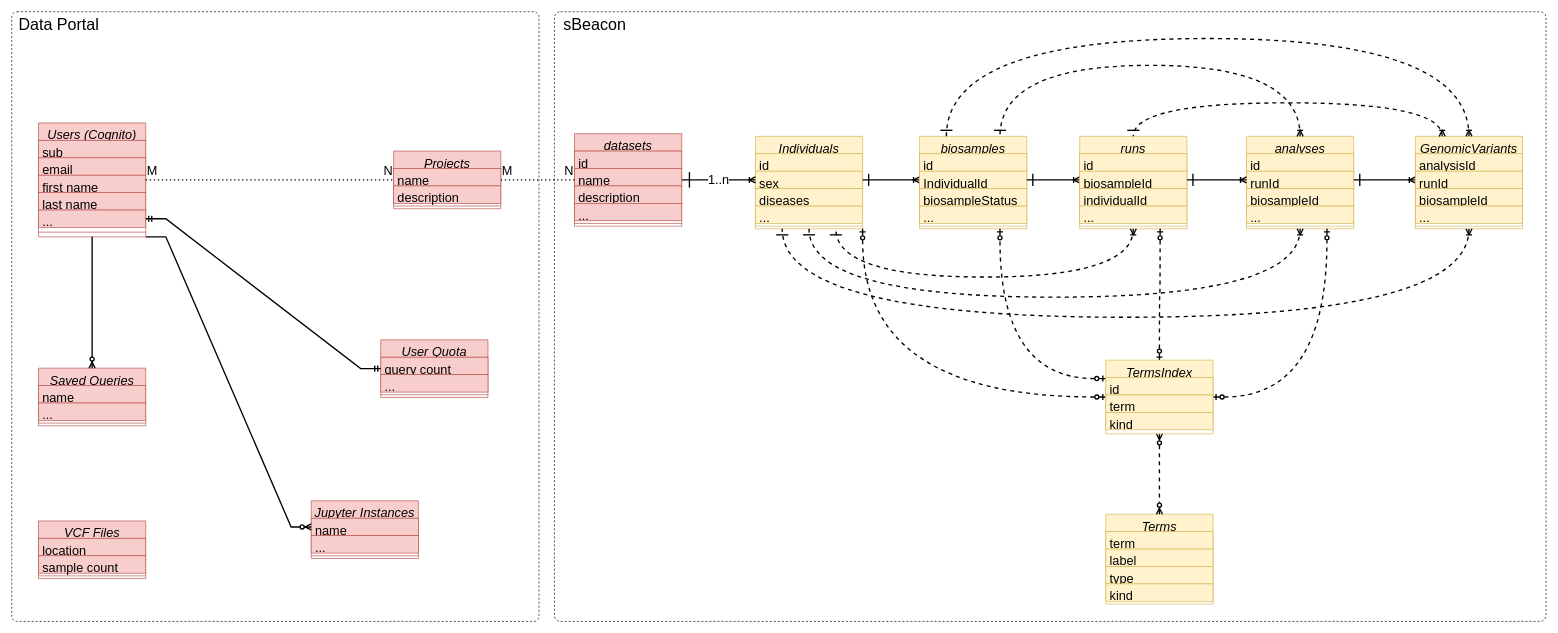
GSI-Xapiens-CSIRO/BGSI-GeneticAnalysisSupportPlatformIndonesia-GASPI keeps this draw.io diagram as page "Dataportal ERD" (2 of 5) of sbeacon/docs/architecture.drawio. Above is the earlier version. Source tidied: cells renumbered, new cells numbered last; positions are measured from the earlier drawing's top-left corner, leaving out a move shared by most shapes. Both pictures are drawn from the tidied source at 67%, with x=0, y=0 at pixel (11, 11).
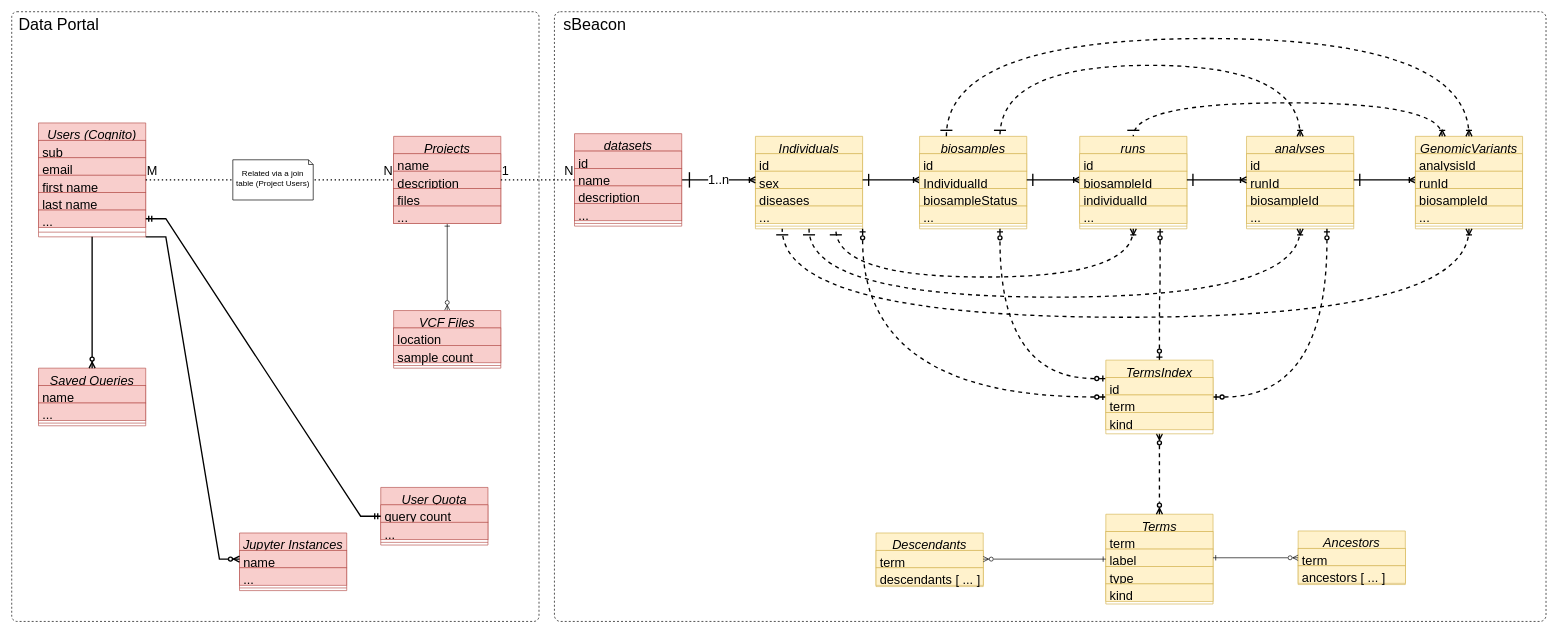
After the change.

Unchanged cells that the change refers to:
```xml
<mxCell id="51" value="Terms" style="swimlane;fontStyle=2;align=center;verticalAlign=top;horizontal=1;startSize=26;rounded=0;shadow=0;strokeWidth=1;fontSize=19;fillColor=#fff2cc;strokeColor=#d6b656;" parent="1" vertex="1">
  <mxGeometry x="1633" y="750" width="160" height="134" as="geometry" />
</mxCell>
<mxCell id="53" value="label" style="text;align=left;verticalAlign=top;spacingLeft=4;spacingRight=4;overflow=hidden;points=[[0,0.5],[1,0.5]];portConstraint=eastwest;rounded=0;shadow=0;html=0;fontSize=19;fillColor=#fff2cc;strokeColor=#d6b656;" parent="51" vertex="1">
  <mxGeometry y="52" width="160" height="26" as="geometry" />
</mxCell>
<mxCell id="81" style="endArrow=none;html=1;rounded=0;dashed=1;dashPattern=1 2;exitX=1;exitY=0.5;exitDx=0;exitDy=0;entryX=0;entryY=0.5;entryDx=0;entryDy=0;fontSize=19;strokeWidth=2;" parent="1" edge="1" source="65" target="38">
  <mxGeometry relative="1" as="geometry" />
</mxCell>
```

What changed in the source:
```diff
@@
+    <mxCell id="107" style="edgeStyle=orthogonalEdgeStyle;rounded=0;jettySize=auto;html=1;entryX=0.5;entryY=0;entryDx=0;entryDy=0;startArrow=ERone;startFill=0;endArrow=ERzeroToMany;endFill=0;" parent="1" edge="1" source="65" target="98">
+      <mxGeometry relative="1" as="geometry" />
+    </mxCell>
     <mxCell id="65" value="Projects" style="swimlane;fontStyle=2;align=center;verticalAlign=top;horizontal=1;startSize=26;rounded=0;shadow=0;strokeWidth=1;fontSize=19;fillColor=#f8cecc;strokeColor=#b85450;" parent="1" vertex="1">
-      <mxGeometry x="570" y="208" width="160" height="86" as="geometry" />
+      <mxGeometry x="570" y="186" width="160" height="130" as="geometry" />
     </mxCell>
@@
     <mxCell id="68" style="line;html=1;strokeWidth=1;align=left;verticalAlign=middle;spacingTop=-1;spacingLeft=3;spacingRight=3;labelPosition=right;fontSize=19;fillColor=#f8cecc;strokeColor=#b85450;" parent="65" vertex="1">
-      <mxGeometry y="78" width="160" height="8" as="geometry" />
+      <mxGeometry y="78" width="160" height="52" as="geometry" />
     </mxCell>
@@
-    <mxCell id="82" value="&lt;font&gt;M&lt;/font&gt;" style="html=1;whiteSpace=wrap;align=left;verticalAlign=bottom;fontSize=19;" parent="81" vertex="1">
+    <mxCell id="82" value="&lt;font&gt;1&lt;/font&gt;" style="html=1;whiteSpace=wrap;align=left;verticalAlign=bottom;fontSize=19;" parent="81" vertex="1">
       <mxGeometry x="-1" relative="1" as="geometry" />
     </mxCell>
@@
     <mxCell id="91" value="Jupyter Instances" style="swimlane;fontStyle=2;align=center;verticalAlign=top;horizontal=1;startSize=26;rounded=0;shadow=0;strokeWidth=1;fontSize=19;fillColor=#f8cecc;strokeColor=#b85450;" parent="1" vertex="1">
-      <mxGeometry x="447" y="730" width="160" height="86" as="geometry" />
+      <mxGeometry x="340" y="778" width="160" height="86" as="geometry" />
     </mxCell>
@@
     <mxCell id="98" value="VCF Files" style="swimlane;fontStyle=2;align=center;verticalAlign=top;horizontal=1;startSize=26;rounded=0;shadow=0;strokeWidth=1;fontSize=19;fillColor=#f8cecc;strokeColor=#b85450;" parent="1" vertex="1">
-      <mxGeometry x="40" y="760" width="160" height="86" as="geometry" />
+      <mxGeometry x="570" y="446" width="160" height="86" as="geometry" />
     </mxCell>
@@
     <mxCell id="102" value="User Quota" style="swimlane;fontStyle=2;align=center;verticalAlign=top;horizontal=1;startSize=26;rounded=0;shadow=0;strokeWidth=1;fontSize=19;fillColor=#f8cecc;strokeColor=#b85450;" parent="1" vertex="1">
-      <mxGeometry x="550.8" y="489.7" width="160" height="86" as="geometry" />
+      <mxGeometry x="550.8" y="710" width="160" height="86" as="geometry" />
     </mxCell>
@@
+    <mxCell id="108" value="Ancestors" style="swimlane;fontStyle=2;align=center;verticalAlign=top;horizontal=1;startSize=26;rounded=0;shadow=0;strokeWidth=1;fontSize=19;fillColor=#fff2cc;strokeColor=#d6b656;" parent="1" vertex="1">
+      <mxGeometry x="1920" y="775" width="160" height="80" as="geometry" />
+    </mxCell>
+    <mxCell id="109" value="term " style="text;align=left;verticalAlign=top;spacingLeft=4;spacingRight=4;overflow=hidden;fontSize=19;fillColor=#fff2cc;strokeColor=#d6b656;" parent="108" vertex="1">
+      <mxGeometry y="26" width="160" height="26" as="geometry" />
+    </mxCell>
+    <mxCell id="110" value="ancestors [ ... ]" style="text;align=left;verticalAlign=top;spacingLeft=4;spacingRight=4;overflow=hidden;rounded=0;shadow=0;html=0;fontSize=19;fillColor=#fff2cc;strokeColor=#d6b656;" parent="108" vertex="1">
+      <mxGeometry y="52" width="160" height="26" as="geometry" />
+    </mxCell>
+    <mxCell id="111" value="Descendants" style="swimlane;fontStyle=2;align=center;verticalAlign=top;horizontal=1;startSize=26;rounded=0;shadow=0;strokeWidth=1;fontSize=19;fillColor=#fff2cc;strokeColor=#d6b656;" parent="1" vertex="1">
+      <mxGeometry x="1290" y="778" width="160" height="80" as="geometry" />
+    </mxCell>
+    <mxCell id="112" value="term " style="text;align=left;verticalAlign=top;spacingLeft=4;spacingRight=4;overflow=hidden;points=[[0,0.5],[1,0.5]];portConstraint=eastwest;fontSize=19;fillColor=#fff2cc;strokeColor=#d6b656;" parent="111" vertex="1">
+      <mxGeometry y="26" width="160" height="26" as="geometry" />
+    </mxCell>
+    <mxCell id="113" value="descendants [ ... ]" style="text;align=left;verticalAlign=top;spacingLeft=4;spacingRight=4;overflow=hidden;rounded=0;shadow=0;html=0;fontSize=19;fillColor=#fff2cc;strokeColor=#d6b656;" parent="111" vertex="1">
+      <mxGeometry y="52" width="160" height="26" as="geometry" />
+    </mxCell>
+    <mxCell id="114" style="edgeStyle=orthogonalEdgeStyle;rounded=0;jettySize=auto;html=1;entryX=0;entryY=0.5;entryDx=0;entryDy=0;endArrow=ERone;endFill=0;startArrow=ERzeroToMany;startFill=0;" parent="1" edge="1" source="112" target="51">
+      <mxGeometry relative="1" as="geometry" />
+    </mxCell>
+    <mxCell id="115" style="edgeStyle=orthogonalEdgeStyle;rounded=0;jettySize=auto;html=1;entryX=0;entryY=0.5;entryDx=0;entryDy=0;endArrow=ERzeroToMany;endFill=0;startArrow=ERone;startFill=0;" parent="1" edge="1" source="53" target="108">
+      <mxGeometry relative="1" as="geometry" />
+    </mxCell>
+    <mxCell id="116" value="files" style="text;align=left;verticalAlign=top;spacingLeft=4;spacingRight=4;overflow=hidden;rounded=0;shadow=0;html=0;fontSize=19;fillColor=#f8cecc;strokeColor=#b85450;" parent="1" vertex="1">
+      <mxGeometry x="570" y="264" width="160" height="26" as="geometry" />
+    </mxCell>
+    <mxCell id="117" value="..." style="text;align=left;verticalAlign=top;spacingLeft=4;spacingRight=4;overflow=hidden;rounded=0;shadow=0;html=0;fontSize=19;fillColor=#f8cecc;strokeColor=#b85450;" parent="1" vertex="1">
+      <mxGeometry x="570" y="290" width="160" height="26" as="geometry" />
+    </mxCell>
+    <mxCell id="118" value="Related via a join table (Project Users)" style="shape=note2;boundedLbl=1;whiteSpace=wrap;html=1;size=7;verticalAlign=top;align=center;" parent="1" vertex="1">
+      <mxGeometry x="330" y="221" width="120" height="60" as="geometry" />
+    </mxCell>
```
